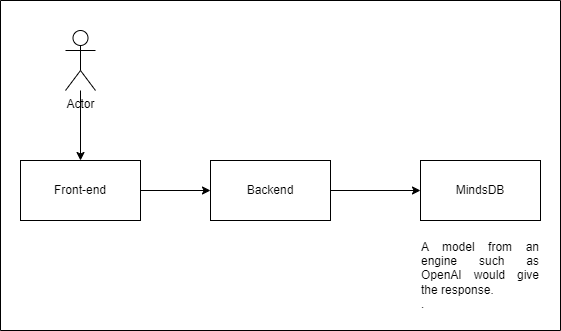
Earlier version of the draw.io export high_level_diagram.drawio.png (SebastianJames55/mind-reader). Source tidied: cells renumbered, new cells last; positions are measured from the earlier drawing's top-left corner, leaving out a move shared by most shapes.
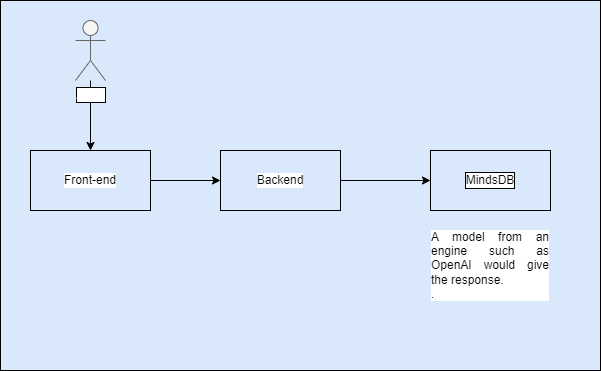
Later version of the same file.

Change to the diagram source:
```diff
@@ -2,32 +2,32 @@
   <root>
     <mxCell id="0" />
     <mxCell id="1" parent="0" />
+    <mxCell id="11" style="rounded=0;whiteSpace=wrap;html=1;fillColor=#dae8fc;strokeColor=#000000;" parent="1" vertex="1">
+      <mxGeometry x="-10" y="10" width="600" height="370" as="geometry" />
+    </mxCell>
-    <mxCell id="2" style="edgeStyle=orthogonalEdgeStyle;rounded=0;jettySize=auto;html=1;" parent="1" edge="1" source="3" target="7">
+    <mxCell id="2" style="edgeStyle=orthogonalEdgeStyle;rounded=0;jettySize=auto;html=1;fontColor=#E6D0DE;fillColor=none;" parent="1" edge="1" source="3" target="7">
       <mxGeometry relative="1" as="geometry" />
     </mxCell>
-    <mxCell id="3" value="Front-end" style="rounded=0;whiteSpace=wrap;html=1;fillColor=none;" parent="1" vertex="1">
+    <mxCell id="3" value="Front-end" style="rounded=0;whiteSpace=wrap;html=1;fillColor=none;labelBackgroundColor=default;" parent="1" vertex="1">
       <mxGeometry x="20" y="160" width="120" height="60" as="geometry" />
     </mxCell>
-    <mxCell id="4" style="edgeStyle=orthogonalEdgeStyle;rounded=0;jettySize=auto;html=1;" parent="1" edge="1" source="5" target="3">
+    <mxCell id="4" style="edgeStyle=orthogonalEdgeStyle;rounded=0;jettySize=auto;html=1;fontColor=#E6D0DE;fillColor=none;" parent="1" edge="1" source="5" target="3">
       <mxGeometry relative="1" as="geometry" />
     </mxCell>
-    <mxCell id="5" value="Actor" style="shape=umlActor;verticalLabelPosition=bottom;verticalAlign=top;html=1;outlineConnect=0;" parent="1" vertex="1">
+    <mxCell id="5" value="Actor" style="shape=umlActor;verticalLabelPosition=bottom;verticalAlign=top;html=1;outlineConnect=0;fillStyle=solid;fillColor=#f5f5f5;fontColor=#FFFFFF;strokeColor=#666666;labelBackgroundColor=default;labelBorderColor=default;" parent="1" vertex="1">
       <mxGeometry x="65" y="30" width="30" height="60" as="geometry" />
     </mxCell>
-    <mxCell id="6" style="edgeStyle=orthogonalEdgeStyle;rounded=0;jettySize=auto;html=1;" parent="1" edge="1" source="7" target="8">
+    <mxCell id="6" style="edgeStyle=orthogonalEdgeStyle;rounded=0;jettySize=auto;html=1;fontColor=#E6D0DE;fillColor=none;" parent="1" edge="1" source="7" target="8">
       <mxGeometry relative="1" as="geometry" />
     </mxCell>
-    <mxCell id="7" value="Backend" style="rounded=0;whiteSpace=wrap;html=1;fillColor=none;" parent="1" vertex="1">
+    <mxCell id="7" value="Backend" style="rounded=0;whiteSpace=wrap;html=1;fillColor=none;labelBackgroundColor=default;" parent="1" vertex="1">
       <mxGeometry x="210" y="160" width="120" height="60" as="geometry" />
     </mxCell>
-    <mxCell id="8" value="MindsDB" style="rounded=0;whiteSpace=wrap;html=1;fillColor=none;" parent="1" vertex="1">
+    <mxCell id="8" value="MindsDB" style="rounded=0;whiteSpace=wrap;html=1;fillColor=none;labelBackgroundColor=default;labelBorderColor=default;" parent="1" vertex="1">
       <mxGeometry x="420" y="160" width="120" height="60" as="geometry" />
     </mxCell>
-    <mxCell id="9" value="&lt;div style=&quot;text-align: justify;&quot;&gt;A model from an engine such as OpenAI would give the response.&amp;nbsp;&lt;/div&gt;&lt;div style=&quot;text-align: justify;&quot;&gt;&lt;span style=&quot;background-color: initial;&quot;&gt;.&lt;/span&gt;&lt;/div&gt;" style="text;strokeColor=none;align=center;fillColor=none;html=1;verticalAlign=middle;whiteSpace=wrap;rounded=0;" parent="1" vertex="1">
+    <mxCell id="9" value="&lt;div style=&quot;text-align: justify;&quot;&gt;A model from an engine such as OpenAI would give the response.&amp;nbsp;&lt;/div&gt;&lt;div style=&quot;text-align: justify;&quot;&gt;&lt;span style=&quot;&quot;&gt;.&lt;/span&gt;&lt;/div&gt;" style="text;align=center;html=1;verticalAlign=middle;whiteSpace=wrap;rounded=0;labelBackgroundColor=default;" parent="1" vertex="1">
       <mxGeometry x="420" y="230" width="120" height="90" as="geometry" />
     </mxCell>
-    <mxCell id="10" style="swimlane;startSize=0;" parent="1" vertex="1">
-      <mxGeometry width="560" height="330" as="geometry" />
-    </mxCell>
   </root>
 </mxGraphModel>
```
